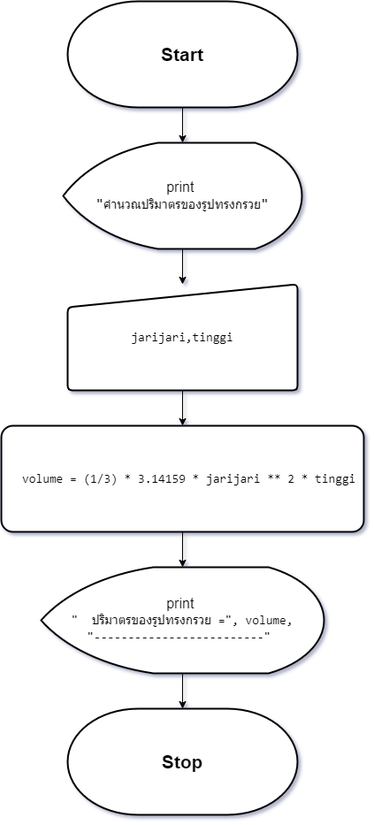
Earlier version of the draw.io export asset/F_png_file/sp_10.drawio.png (TeaplusSsuwan/Geometric_computation). Source tidied: cells renumbered, new cells last; positions are measured from the earlier drawing's top-left corner, leaving out a move shared by most shapes. Its diagram source:
```xml
<mxGraphModel>
  <root>
    <mxCell id="0" />
    <mxCell id="1" parent="0" />
    <mxCell id="2" value="&lt;font style=&quot;font-size: 21px;&quot;&gt;&lt;b&gt;Start&lt;/b&gt;&lt;/font&gt;" style="strokeWidth=2;html=1;shape=mxgraph.flowchart.terminator;whiteSpace=wrap;" parent="1" vertex="1">
      <mxGeometry x="75" width="260" height="120" as="geometry" />
    </mxCell>
    <mxCell id="3" style="edgeStyle=orthogonalEdgeStyle;rounded=0;jettySize=auto;html=1;entryX=0.5;entryY=0;entryDx=0;entryDy=0;" parent="1" edge="1" source="4" target="7">
      <mxGeometry relative="1" as="geometry" />
    </mxCell>
    <mxCell id="4" value="&lt;font style=&quot;font-size: 16px;&quot;&gt;print&amp;nbsp;&lt;/font&gt;&lt;div&gt;&lt;span style=&quot;font-family: Consolas, &amp;quot;Courier New&amp;quot;, monospace; white-space: pre;&quot;&gt;&lt;font style=&quot;font-size: 16px;&quot;&gt;&quot;&lt;/font&gt;&lt;/span&gt;&lt;span style=&quot;font-family: Consolas, &amp;quot;Courier New&amp;quot;, monospace; font-size: 14px; white-space: pre;&quot;&gt;คำนวณปริมาตรของรูปทรงกรวย&lt;/span&gt;&lt;span style=&quot;font-family: Consolas, &amp;quot;Courier New&amp;quot;, monospace; font-size: 16px; white-space: pre;&quot;&gt;&quot;&lt;/span&gt;&lt;br&gt;&lt;/div&gt;" style="strokeWidth=2;html=1;shape=mxgraph.flowchart.display;whiteSpace=wrap;" parent="1" vertex="1">
      <mxGeometry x="70" y="160" width="270" height="120" as="geometry" />
    </mxCell>
    <mxCell id="5" style="edgeStyle=orthogonalEdgeStyle;rounded=0;jettySize=auto;html=1;entryX=0.5;entryY=0;entryDx=0;entryDy=0;entryPerimeter=0;" parent="1" edge="1" source="2" target="4">
      <mxGeometry relative="1" as="geometry" />
    </mxCell>
    <mxCell id="6" style="edgeStyle=orthogonalEdgeStyle;rounded=0;jettySize=auto;html=1;" parent="1" edge="1" source="7" target="9">
      <mxGeometry relative="1" as="geometry" />
    </mxCell>
    <mxCell id="7" value="&lt;div style=&quot;font-size: 16px;&quot;&gt;&lt;div style=&quot;font-family: Consolas, &amp;quot;Courier New&amp;quot;, monospace; font-size: 14px; line-height: 19px; white-space: pre;&quot;&gt;&lt;div style=&quot;line-height: 19px;&quot;&gt;&lt;div style=&quot;line-height: 19px;&quot;&gt;&lt;div style=&quot;line-height: 19px;&quot;&gt;&lt;div style=&quot;line-height: 19px;&quot;&gt;&lt;div style=&quot;line-height: 19px;&quot;&gt;&lt;div style=&quot;line-height: 19px;&quot;&gt;&lt;div style=&quot;line-height: 19px;&quot;&gt;&lt;div style=&quot;line-height: 19px;&quot;&gt;&lt;span style=&quot;background-color: rgb(255, 255, 255);&quot;&gt;jarijari,tinggi&lt;/span&gt;&lt;/div&gt;&lt;/div&gt;&lt;/div&gt;&lt;/div&gt;&lt;/div&gt;&lt;/div&gt;&lt;/div&gt;&lt;/div&gt;&lt;/div&gt;&lt;/div&gt;" style="html=1;strokeWidth=2;shape=manualInput;whiteSpace=wrap;rounded=1;size=26;arcSize=11;" parent="1" vertex="1">
      <mxGeometry x="75" y="320" width="260" height="120" as="geometry" />
    </mxCell>
    <mxCell id="8" style="edgeStyle=orthogonalEdgeStyle;rounded=0;jettySize=auto;html=1;" parent="1" edge="1" source="9" target="11">
      <mxGeometry relative="1" as="geometry" />
    </mxCell>
    <mxCell id="9" value="&lt;div style=&quot;font-family: Consolas, &amp;quot;Courier New&amp;quot;, monospace; font-size: 16px; line-height: 19px; white-space: pre;&quot;&gt;&lt;div style=&quot;font-size: 14px; line-height: 19px;&quot;&gt;&lt;div style=&quot;&quot;&gt;&lt;div style=&quot;line-height: 19px;&quot;&gt;&lt;div style=&quot;&quot;&gt;&lt;div style=&quot;line-height: 19px;&quot;&gt;&lt;div style=&quot;line-height: 19px;&quot;&gt;&lt;div style=&quot;&quot;&gt;&lt;div style=&quot;line-height: 19px;&quot;&gt;&lt;div style=&quot;line-height: 19px;&quot;&gt;&lt;div style=&quot;&quot;&gt;&lt;div style=&quot;line-height: 19px;&quot;&gt;&lt;div style=&quot;line-height: 19px;&quot;&gt;&lt;div style=&quot;&quot;&gt;&lt;div style=&quot;line-height: 19px;&quot;&gt;&lt;div style=&quot;&quot;&gt;&amp;nbsp; volume = (1/3) * 3.14159 * jarijari ** 2 * tinggi&lt;/div&gt;&lt;/div&gt;&lt;/div&gt;&lt;/div&gt;&lt;/div&gt;&lt;/div&gt;&lt;/div&gt;&lt;/div&gt;&lt;/div&gt;&lt;/div&gt;&lt;/div&gt;&lt;/div&gt;&lt;/div&gt;&lt;/div&gt;&lt;/div&gt;&lt;/div&gt;" style="rounded=1;whiteSpace=wrap;html=1;strokeWidth=2;arcSize=11;" parent="1" vertex="1">
      <mxGeometry y="480" width="410" height="120" as="geometry" />
    </mxCell>
    <mxCell id="10" style="edgeStyle=orthogonalEdgeStyle;rounded=0;jettySize=auto;html=1;" parent="1" edge="1" source="11" target="12">
      <mxGeometry relative="1" as="geometry" />
    </mxCell>
    <mxCell id="11" value="&lt;font style=&quot;font-size: 16px;&quot;&gt;print&amp;nbsp;&lt;/font&gt;&lt;div&gt;&lt;div style=&quot;font-family: Consolas, &amp;quot;Courier New&amp;quot;, monospace; font-size: 14px; line-height: 19px; white-space: pre;&quot;&gt;&quot; &amp;nbsp;ปริมาตรของรูปทรงกรวย =&quot;, volume,&lt;br&gt;&lt;/div&gt;&lt;div style=&quot;font-family: Consolas, &amp;quot;Courier New&amp;quot;, monospace; font-size: 14px; line-height: 19px; white-space: pre;&quot;&gt;&quot;-------------------------&quot; &lt;/div&gt;&lt;/div&gt;" style="strokeWidth=2;html=1;shape=mxgraph.flowchart.display;whiteSpace=wrap;" parent="1" vertex="1">
      <mxGeometry x="45" y="640" width="320" height="120" as="geometry" />
    </mxCell>
    <mxCell id="12" value="&lt;font style=&quot;font-size: 21px;&quot;&gt;&lt;b&gt;Stop&lt;/b&gt;&lt;/font&gt;" style="strokeWidth=2;html=1;shape=mxgraph.flowchart.terminator;whiteSpace=wrap;" parent="1" vertex="1">
      <mxGeometry x="75" y="800" width="260" height="120" as="geometry" />
    </mxCell>
  </root>
</mxGraphModel>
```
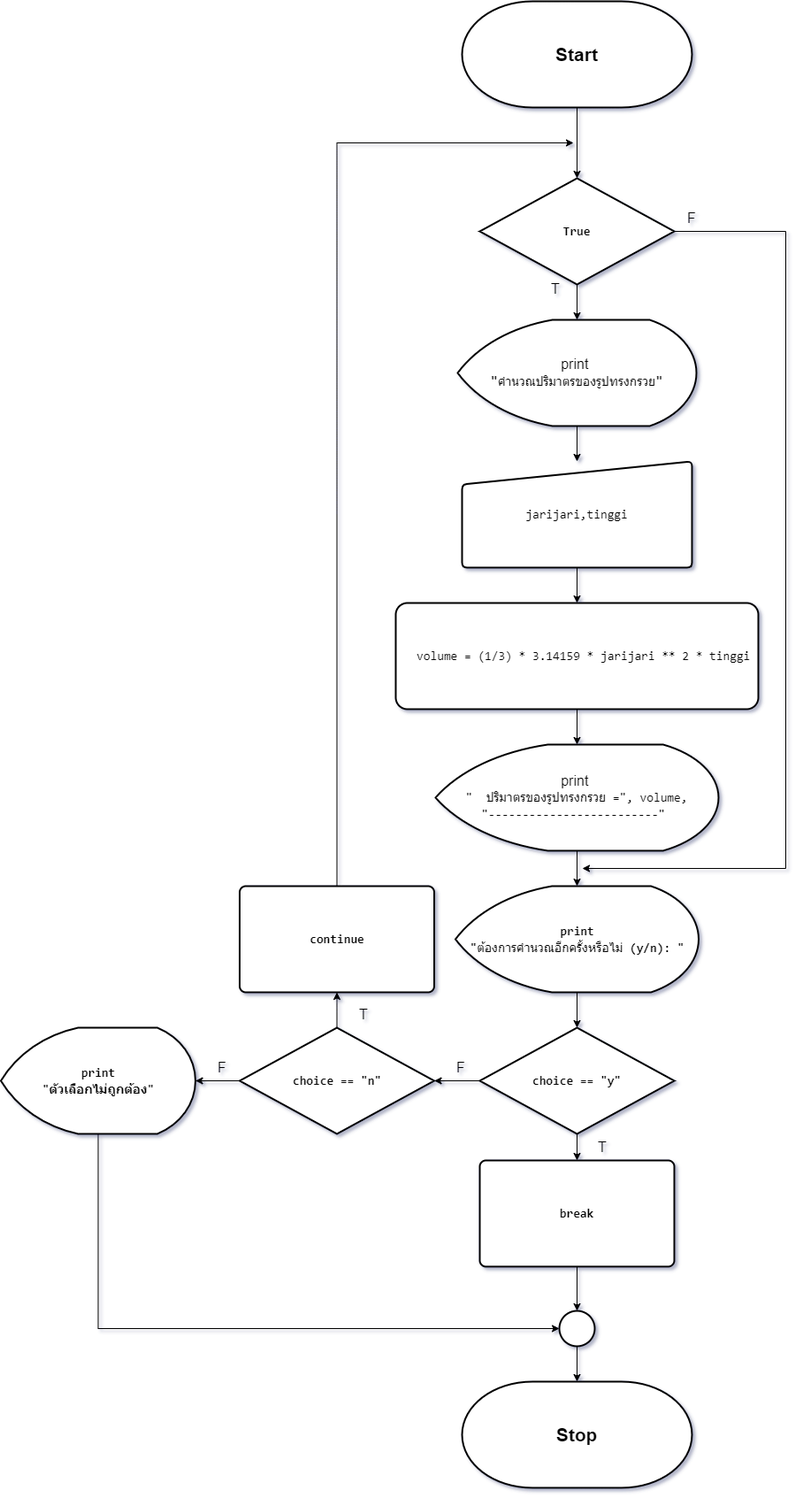
After the commit.

Change to the diagram source:
```diff
@@ -2,8 +2,11 @@
   <root>
     <mxCell id="0" />
     <mxCell id="1" parent="0" />
+    <mxCell id="13" style="edgeStyle=orthogonalEdgeStyle;rounded=0;jettySize=auto;html=1;" parent="1" edge="1" source="2" target="16">
+      <mxGeometry relative="1" as="geometry" />
+    </mxCell>
     <mxCell id="2" value="&lt;font style=&quot;font-size: 21px;&quot;&gt;&lt;b&gt;Start&lt;/b&gt;&lt;/font&gt;" style="strokeWidth=2;html=1;shape=mxgraph.flowchart.terminator;whiteSpace=wrap;" parent="1" vertex="1">
-      <mxGeometry x="75" width="260" height="120" as="geometry" />
+      <mxGeometry x="75" y="-200" width="260" height="120" as="geometry" />
     </mxCell>
     <mxCell id="3" style="edgeStyle=orthogonalEdgeStyle;rounded=0;jettySize=auto;html=1;entryX=0.5;entryY=0;entryDx=0;entryDy=0;" parent="1" edge="1" source="4" target="7">
       <mxGeometry relative="1" as="geometry" />
@@ -11,9 +14,6 @@
     <mxCell id="4" value="&lt;font style=&quot;font-size: 16px;&quot;&gt;print&amp;nbsp;&lt;/font&gt;&lt;div&gt;&lt;span style=&quot;font-family: Consolas, &amp;quot;Courier New&amp;quot;, monospace; white-space: pre;&quot;&gt;&lt;font style=&quot;font-size: 16px;&quot;&gt;&quot;&lt;/font&gt;&lt;/span&gt;&lt;span style=&quot;font-family: Consolas, &amp;quot;Courier New&amp;quot;, monospace; font-size: 14px; white-space: pre;&quot;&gt;คำนวณปริมาตรของรูปทรงกรวย&lt;/span&gt;&lt;span style=&quot;font-family: Consolas, &amp;quot;Courier New&amp;quot;, monospace; font-size: 16px; white-space: pre;&quot;&gt;&quot;&lt;/span&gt;&lt;br&gt;&lt;/div&gt;" style="strokeWidth=2;html=1;shape=mxgraph.flowchart.display;whiteSpace=wrap;" parent="1" vertex="1">
       <mxGeometry x="70" y="160" width="270" height="120" as="geometry" />
     </mxCell>
-    <mxCell id="5" style="edgeStyle=orthogonalEdgeStyle;rounded=0;jettySize=auto;html=1;entryX=0.5;entryY=0;entryDx=0;entryDy=0;entryPerimeter=0;" parent="1" edge="1" source="2" target="4">
-      <mxGeometry relative="1" as="geometry" />
-    </mxCell>
     <mxCell id="6" style="edgeStyle=orthogonalEdgeStyle;rounded=0;jettySize=auto;html=1;" parent="1" edge="1" source="7" target="9">
       <mxGeometry relative="1" as="geometry" />
     </mxCell>
@@ -26,14 +26,104 @@
     <mxCell id="9" value="&lt;div style=&quot;font-family: Consolas, &amp;quot;Courier New&amp;quot;, monospace; font-size: 16px; line-height: 19px; white-space: pre;&quot;&gt;&lt;div style=&quot;font-size: 14px; line-height: 19px;&quot;&gt;&lt;div style=&quot;&quot;&gt;&lt;div style=&quot;line-height: 19px;&quot;&gt;&lt;div style=&quot;&quot;&gt;&lt;div style=&quot;line-height: 19px;&quot;&gt;&lt;div style=&quot;line-height: 19px;&quot;&gt;&lt;div style=&quot;&quot;&gt;&lt;div style=&quot;line-height: 19px;&quot;&gt;&lt;div style=&quot;line-height: 19px;&quot;&gt;&lt;div style=&quot;&quot;&gt;&lt;div style=&quot;line-height: 19px;&quot;&gt;&lt;div style=&quot;line-height: 19px;&quot;&gt;&lt;div style=&quot;&quot;&gt;&lt;div style=&quot;line-height: 19px;&quot;&gt;&lt;div style=&quot;&quot;&gt;&amp;nbsp; volume = (1/3) * 3.14159 * jarijari ** 2 * tinggi&lt;/div&gt;&lt;/div&gt;&lt;/div&gt;&lt;/div&gt;&lt;/div&gt;&lt;/div&gt;&lt;/div&gt;&lt;/div&gt;&lt;/div&gt;&lt;/div&gt;&lt;/div&gt;&lt;/div&gt;&lt;/div&gt;&lt;/div&gt;&lt;/div&gt;&lt;/div&gt;" style="rounded=1;whiteSpace=wrap;html=1;strokeWidth=2;arcSize=11;" parent="1" vertex="1">
       <mxGeometry y="480" width="410" height="120" as="geometry" />
     </mxCell>
-    <mxCell id="10" style="edgeStyle=orthogonalEdgeStyle;rounded=0;jettySize=auto;html=1;" parent="1" edge="1" source="11" target="12">
-      <mxGeometry relative="1" as="geometry" />
-    </mxCell>
+    <mxCell id="14" style="edgeStyle=orthogonalEdgeStyle;rounded=0;jettySize=auto;html=1;" parent="1" edge="1" source="11" target="20">
+      <mxGeometry relative="1" as="geometry" />
+    </mxCell>
     <mxCell id="11" value="&lt;font style=&quot;font-size: 16px;&quot;&gt;print&amp;nbsp;&lt;/font&gt;&lt;div&gt;&lt;div style=&quot;font-family: Consolas, &amp;quot;Courier New&amp;quot;, monospace; font-size: 14px; line-height: 19px; white-space: pre;&quot;&gt;&quot; &amp;nbsp;ปริมาตรของรูปทรงกรวย =&quot;, volume,&lt;br&gt;&lt;/div&gt;&lt;div style=&quot;font-family: Consolas, &amp;quot;Courier New&amp;quot;, monospace; font-size: 14px; line-height: 19px; white-space: pre;&quot;&gt;&quot;-------------------------&quot; &lt;/div&gt;&lt;/div&gt;" style="strokeWidth=2;html=1;shape=mxgraph.flowchart.display;whiteSpace=wrap;" parent="1" vertex="1">
       <mxGeometry x="45" y="640" width="320" height="120" as="geometry" />
     </mxCell>
+    <mxCell id="15" style="edgeStyle=orthogonalEdgeStyle;rounded=0;jettySize=auto;html=1;" parent="1" edge="1" source="16" target="4">
+      <mxGeometry relative="1" as="geometry" />
+    </mxCell>
+    <mxCell id="16" value="&lt;div style=&quot;font-family: Consolas, &amp;quot;Courier New&amp;quot;, monospace; font-size: 14px; line-height: 19px; white-space: pre;&quot;&gt;&lt;span style=&quot;font-size: 14px;&quot;&gt;True&lt;/span&gt;&lt;/div&gt;" style="rhombus;whiteSpace=wrap;html=1;strokeWidth=2;labelBackgroundColor=none;fontColor=default;fontSize=14;fontStyle=1;" parent="1" vertex="1">
+      <mxGeometry x="95" width="220" height="120" as="geometry" />
+    </mxCell>
+    <mxCell id="17" value="T" style="text;html=1;align=center;verticalAlign=middle;whiteSpace=wrap;rounded=0;fontSize=16;" parent="1" vertex="1">
+      <mxGeometry x="151" y="110" width="60" height="30" as="geometry" />
+    </mxCell>
+    <mxCell id="18" value="F" style="text;html=1;align=center;verticalAlign=middle;whiteSpace=wrap;rounded=0;fontSize=16;" parent="1" vertex="1">
+      <mxGeometry x="305" y="30" width="60" height="30" as="geometry" />
+    </mxCell>
     <mxCell id="12" value="&lt;font style=&quot;font-size: 21px;&quot;&gt;&lt;b&gt;Stop&lt;/b&gt;&lt;/font&gt;" style="strokeWidth=2;html=1;shape=mxgraph.flowchart.terminator;whiteSpace=wrap;" parent="1" vertex="1">
-      <mxGeometry x="75" y="800" width="260" height="120" as="geometry" />
+      <mxGeometry x="75" y="1360" width="260" height="120" as="geometry" />
     </mxCell>
+    <mxCell id="19" style="edgeStyle=orthogonalEdgeStyle;rounded=0;jettySize=auto;html=1;labelBackgroundColor=none;fontColor=default;fontSize=14;fontStyle=1;" parent="1" edge="1" source="20" target="23">
+      <mxGeometry relative="1" as="geometry" />
+    </mxCell>
+    <mxCell id="20" value="&lt;div style=&quot;font-family: Consolas, &amp;quot;Courier New&amp;quot;, monospace; font-size: 14px; line-height: 19px; white-space: pre;&quot;&gt;&lt;div style=&quot;line-height: 19px; font-size: 14px;&quot;&gt;&lt;span style=&quot;font-size: 14px;&quot;&gt;print&lt;/span&gt;&lt;/div&gt;&lt;/div&gt;&lt;div style=&quot;font-family: Consolas, &amp;quot;Courier New&amp;quot;, monospace; font-size: 14px; line-height: 19px; white-space: pre;&quot;&gt;&lt;div style=&quot;line-height: 19px; font-size: 14px;&quot;&gt;&lt;span style=&quot;font-size: 14px;&quot;&gt;&quot;&lt;/span&gt;&lt;span style=&quot;font-weight: normal;&quot;&gt;ต้องการคำนวณอีกครั้งหรือไม่&lt;/span&gt;&lt;span style=&quot;background-color: initial;&quot;&gt; (y/n): &quot;&lt;/span&gt;&lt;br&gt;&lt;/div&gt;&lt;/div&gt;" style="strokeWidth=2;html=1;shape=mxgraph.flowchart.display;whiteSpace=wrap;labelBackgroundColor=none;fontColor=default;fontSize=14;fontStyle=1;" parent="1" vertex="1">
+      <mxGeometry x="67.5" y="800" width="275" height="120" as="geometry" />
+    </mxCell>
+    <mxCell id="21" style="edgeStyle=orthogonalEdgeStyle;rounded=0;jettySize=auto;html=1;labelBackgroundColor=none;fontColor=default;fontSize=14;fontStyle=1;" parent="1" edge="1" source="23" target="26">
+      <mxGeometry relative="1" as="geometry" />
+    </mxCell>
+    <mxCell id="22" style="edgeStyle=orthogonalEdgeStyle;rounded=0;jettySize=auto;html=1;labelBackgroundColor=none;fontColor=default;fontSize=14;fontStyle=1;" parent="1" edge="1" source="23" target="30">
+      <mxGeometry relative="1" as="geometry" />
+    </mxCell>
+    <mxCell id="23" value="&lt;div style=&quot;font-family: Consolas, &amp;quot;Courier New&amp;quot;, monospace; font-size: 14px; line-height: 19px; white-space: pre;&quot;&gt;&lt;span style=&quot;font-size: 14px;&quot;&gt;choice &lt;/span&gt;== &lt;span style=&quot;font-size: 14px;&quot;&gt;&quot;y&quot;&lt;/span&gt;&lt;/div&gt;" style="rhombus;whiteSpace=wrap;html=1;strokeWidth=2;labelBackgroundColor=none;fontColor=default;fontSize=14;fontStyle=1;" parent="1" vertex="1">
+      <mxGeometry x="95" y="960" width="220" height="120" as="geometry" />
+    </mxCell>
+    <mxCell id="24" style="edgeStyle=orthogonalEdgeStyle;rounded=0;jettySize=auto;html=1;labelBackgroundColor=none;fontColor=default;fontSize=14;fontStyle=1;" parent="1" edge="1" source="26" target="28">
+      <mxGeometry relative="1" as="geometry" />
+    </mxCell>
+    <mxCell id="25" style="edgeStyle=orthogonalEdgeStyle;rounded=0;jettySize=auto;html=1;labelBackgroundColor=none;fontColor=default;fontSize=14;fontStyle=1;" parent="1" edge="1" source="26" target="32">
+      <mxGeometry relative="1" as="geometry" />
+    </mxCell>
+    <mxCell id="26" value="&lt;div style=&quot;font-family: Consolas, &amp;quot;Courier New&amp;quot;, monospace; font-size: 14px; line-height: 19px; white-space: pre;&quot;&gt;&lt;span style=&quot;font-size: 14px;&quot;&gt;choice &lt;/span&gt;== &lt;span style=&quot;font-size: 14px;&quot;&gt;&quot;&lt;/span&gt;&lt;span style=&quot;font-size: 14px;&quot;&gt;n&lt;/span&gt;&lt;span style=&quot;font-size: 14px;&quot;&gt;&quot;&lt;/span&gt;&lt;br style=&quot;font-size: 14px;&quot;&gt;&lt;/div&gt;" style="rhombus;whiteSpace=wrap;html=1;strokeWidth=2;labelBackgroundColor=none;fontColor=default;fontSize=14;fontStyle=1;" parent="1" vertex="1">
+      <mxGeometry x="-176.5" y="960" width="220" height="120" as="geometry" />
+    </mxCell>
+    <mxCell id="27" style="edgeStyle=orthogonalEdgeStyle;rounded=0;jettySize=auto;html=1;entryX=0;entryY=0.5;entryDx=0;entryDy=0;" parent="1" edge="1" source="28" target="38">
+      <mxGeometry relative="1" as="geometry">
+        <Array as="points">
+          <mxPoint x="-336.5" y="1300" />
+        </Array>
+      </mxGeometry>
+    </mxCell>
+    <mxCell id="28" value="&lt;div style=&quot;font-family: Consolas, &amp;quot;Courier New&amp;quot;, monospace; font-size: 14px; line-height: 19px; white-space: pre;&quot;&gt;&lt;div style=&quot;line-height: 19px; font-size: 14px;&quot;&gt;&lt;span style=&quot;font-size: 14px;&quot;&gt;print&lt;/span&gt;&lt;/div&gt;&lt;/div&gt;&lt;div style=&quot;font-family: Consolas, &amp;quot;Courier New&amp;quot;, monospace; font-size: 14px; line-height: 19px; white-space: pre;&quot;&gt;&lt;span style=&quot;font-size: 14px;&quot;&gt;&quot;&lt;/span&gt;&lt;span style=&quot;font-size: 14px;&quot;&gt;ตัวเลือกไม่ถูกต้อง&lt;/span&gt;&lt;span style=&quot;font-size: 14px;&quot;&gt;&quot;&lt;/span&gt;&lt;br style=&quot;font-size: 14px;&quot;&gt;&lt;/div&gt;" style="strokeWidth=2;html=1;shape=mxgraph.flowchart.display;whiteSpace=wrap;labelBackgroundColor=none;fontColor=default;fontSize=14;fontStyle=1;" parent="1" vertex="1">
+      <mxGeometry x="-446.5" y="960" width="220" height="120" as="geometry" />
+    </mxCell>
+    <mxCell id="29" style="edgeStyle=orthogonalEdgeStyle;rounded=0;jettySize=auto;html=1;" parent="1" edge="1" source="30" target="38">
+      <mxGeometry relative="1" as="geometry" />
+    </mxCell>
+    <mxCell id="30" value="&lt;div style=&quot;font-family: Consolas, &amp;quot;Courier New&amp;quot;, monospace; font-size: 14px; line-height: 19px; white-space: pre;&quot;&gt;&lt;span style=&quot;font-size: 14px;&quot;&gt;break&lt;/span&gt;&lt;/div&gt;" style="rounded=1;whiteSpace=wrap;html=1;absoluteArcSize=1;arcSize=14;strokeWidth=2;labelBackgroundColor=none;fontColor=default;fontSize=14;fontStyle=1;" parent="1" vertex="1">
+      <mxGeometry x="95" y="1110" width="220" height="120" as="geometry" />
+    </mxCell>
+    <mxCell id="31" style="edgeStyle=orthogonalEdgeStyle;rounded=0;jettySize=auto;html=1;" parent="1" edge="1" source="32">
+      <mxGeometry relative="1" as="geometry">
+        <mxPoint x="201" y="-40" as="targetPoint" />
+        <Array as="points">
+          <mxPoint x="-66" y="-40" />
+        </Array>
+      </mxGeometry>
+    </mxCell>
+    <mxCell id="32" value="&lt;div style=&quot;font-family: Consolas, &amp;quot;Courier New&amp;quot;, monospace; font-size: 14px; line-height: 19px; white-space: pre;&quot;&gt;&lt;div style=&quot;line-height: 19px; font-size: 14px;&quot;&gt;&lt;span style=&quot;font-size: 14px;&quot;&gt;continue&lt;/span&gt;&lt;/div&gt;&lt;/div&gt;" style="rounded=1;whiteSpace=wrap;html=1;absoluteArcSize=1;arcSize=14;strokeWidth=2;labelBackgroundColor=none;fontColor=default;fontSize=14;fontStyle=1;" parent="1" vertex="1">
+      <mxGeometry x="-176.5" y="800" width="220" height="120" as="geometry" />
+    </mxCell>
+    <mxCell id="33" value="T" style="text;html=1;align=center;verticalAlign=middle;whiteSpace=wrap;rounded=0;fontSize=16;" parent="1" vertex="1">
+      <mxGeometry x="203.5" y="1080" width="60" height="30" as="geometry" />
+    </mxCell>
+    <mxCell id="34" value="T" style="text;html=1;align=center;verticalAlign=middle;whiteSpace=wrap;rounded=0;fontSize=16;" parent="1" vertex="1">
+      <mxGeometry x="-66.5" y="930" width="60" height="30" as="geometry" />
+    </mxCell>
+    <mxCell id="35" value="F" style="text;html=1;align=center;verticalAlign=middle;whiteSpace=wrap;rounded=0;fontSize=16;" parent="1" vertex="1">
+      <mxGeometry x="43.5" y="990" width="60" height="30" as="geometry" />
+    </mxCell>
+    <mxCell id="36" value="F" style="text;html=1;align=center;verticalAlign=middle;whiteSpace=wrap;rounded=0;fontSize=16;" parent="1" vertex="1">
+      <mxGeometry x="-226.5" y="990" width="60" height="30" as="geometry" />
+    </mxCell>
+    <mxCell id="37" style="edgeStyle=orthogonalEdgeStyle;rounded=0;jettySize=auto;html=1;" parent="1" edge="1" source="38" target="12">
+      <mxGeometry relative="1" as="geometry" />
+    </mxCell>
+    <mxCell id="38" style="ellipse;whiteSpace=wrap;html=1;strokeWidth=2;labelBackgroundColor=none;fontColor=default;fontSize=14;fontStyle=1;" parent="1" vertex="1">
+      <mxGeometry x="185" y="1280" width="40" height="40" as="geometry" />
+    </mxCell>
+    <mxCell id="39" style="edgeStyle=orthogonalEdgeStyle;rounded=0;jettySize=auto;html=1;" parent="1" edge="1" source="16">
+      <mxGeometry relative="1" as="geometry">
+        <mxPoint x="211" y="780" as="targetPoint" />
+        <Array as="points">
+          <mxPoint x="441" y="60" />
+          <mxPoint x="441" y="780" />
+        </Array>
+      </mxGeometry>
+    </mxCell>
   </root>
 </mxGraphModel>
```
